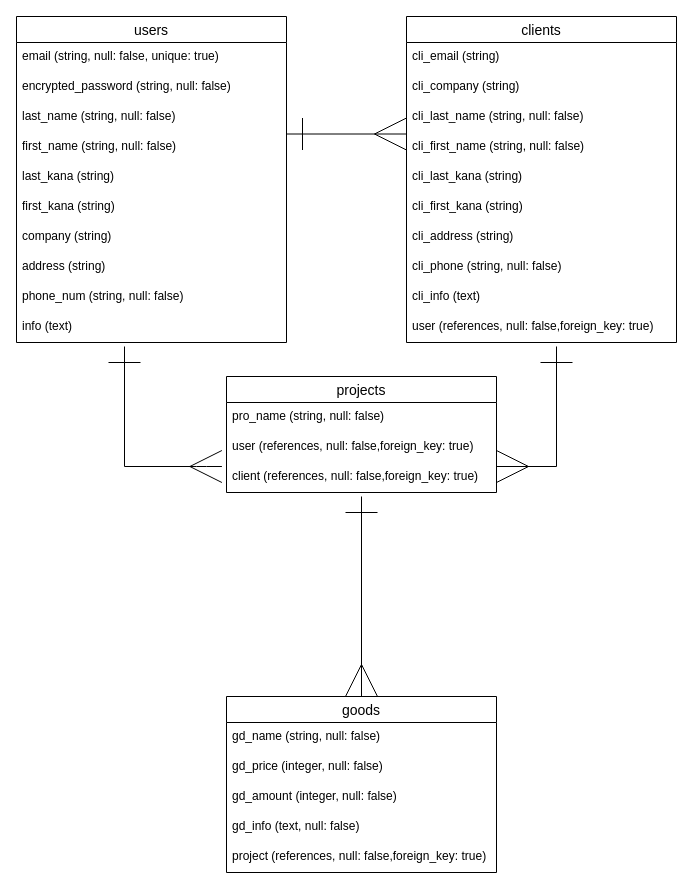
The draw.io diagram ER.dio in Harada-Yudai/mitsumorimasu, before the edit. Source tidied: cells renumbered, new cells numbered last; positions are measured from the earlier drawing's top-left corner, leaving out a move shared by most shapes. Both pictures are drawn from the tidied source at 100%, with x=0, y=0 at pixel (16, 16).
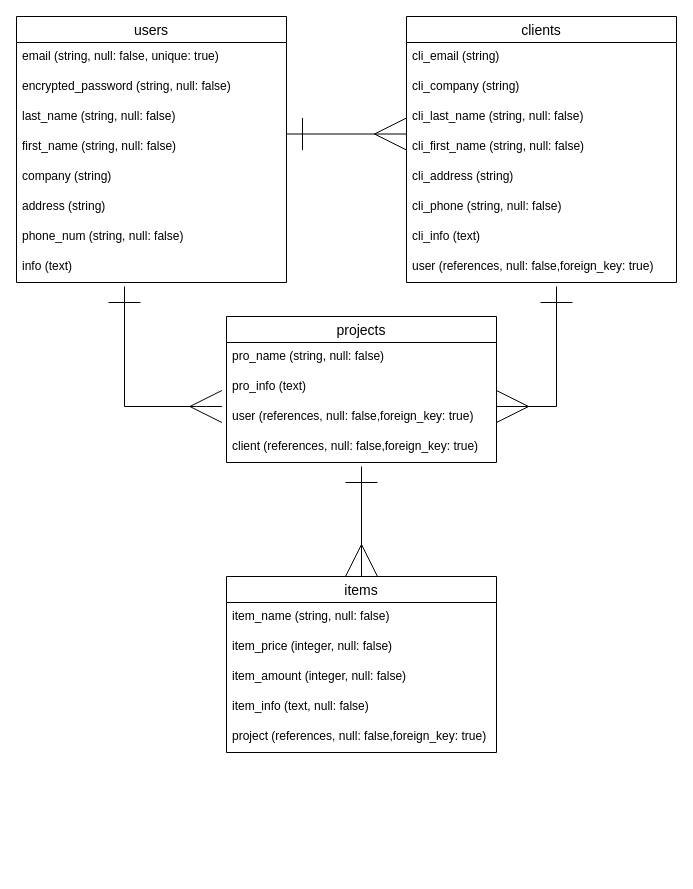
After the change.

The edit, as a diff of the source:
```diff
@@
     <mxCell id="2" value="users" style="swimlane;fontStyle=0;horizontal=1;startSize=26;align=center;fontSize=14;" parent="1" vertex="1">
-      <mxGeometry width="270" height="326" as="geometry" />
+      <mxGeometry width="270" height="266" as="geometry" />
     </mxCell>
@@
-    <mxCell id="7" value="last_kana (string)&#10;" style="text;strokeColor=none;fillColor=none;spacingLeft=4;spacingRight=4;overflow=hidden;fontSize=12;" parent="2" vertex="1">
-      <mxGeometry y="146" width="270" height="30" as="geometry" />
-    </mxCell>
-    <mxCell id="8" value="first_kana (string)" style="text;strokeColor=none;fillColor=none;spacingLeft=4;spacingRight=4;overflow=hidden;fontSize=12;" parent="2" vertex="1">
-      <mxGeometry y="176" width="270" height="30" as="geometry" />
-    </mxCell>
     <mxCell id="9" value="company (string)" style="text;strokeColor=none;fillColor=none;spacingLeft=4;spacingRight=4;overflow=hidden;fontSize=12;" parent="2" vertex="1">
-      <mxGeometry y="206" width="270" height="30" as="geometry" />
+      <mxGeometry y="146" width="270" height="30" as="geometry" />
     </mxCell>
     <mxCell id="10" value="address (string)" style="text;strokeColor=none;fillColor=none;spacingLeft=4;spacingRight=4;overflow=hidden;fontSize=12;" parent="2" vertex="1">
-      <mxGeometry y="236" width="270" height="30" as="geometry" />
+      <mxGeometry y="176" width="270" height="30" as="geometry" />
     </mxCell>
     <mxCell id="11" value="phone_num (string, null: false)" style="text;strokeColor=none;fillColor=none;spacingLeft=4;spacingRight=4;overflow=hidden;fontSize=12;" parent="2" vertex="1">
-      <mxGeometry y="266" width="270" height="30" as="geometry" />
+      <mxGeometry y="206" width="270" height="30" as="geometry" />
     </mxCell>
     <mxCell id="12" value="info (text)" style="text;strokeColor=none;fillColor=none;spacingLeft=4;spacingRight=4;overflow=hidden;fontSize=12;" parent="2" vertex="1">
-      <mxGeometry y="296" width="270" height="30" as="geometry" />
+      <mxGeometry y="236" width="270" height="30" as="geometry" />
     </mxCell>
     <mxCell id="13" value="clients" style="swimlane;fontStyle=0;horizontal=1;startSize=26;align=center;fontSize=14;" parent="1" vertex="1">
-      <mxGeometry x="390" width="270" height="326" as="geometry" />
+      <mxGeometry x="390" width="270" height="266" as="geometry" />
     </mxCell>
@@
-    <mxCell id="18" value="cli_last_kana (string)" style="text;strokeColor=none;fillColor=none;spacingLeft=4;spacingRight=4;overflow=hidden;fontSize=12;" parent="13" vertex="1">
-      <mxGeometry y="146" width="270" height="30" as="geometry" />
-    </mxCell>
-    <mxCell id="19" value="cli_first_kana (string)" style="text;strokeColor=none;fillColor=none;spacingLeft=4;spacingRight=4;overflow=hidden;fontSize=12;" parent="13" vertex="1">
-      <mxGeometry y="176" width="270" height="30" as="geometry" />
-    </mxCell>
     <mxCell id="20" value="cli_address (string)" style="text;strokeColor=none;fillColor=none;spacingLeft=4;spacingRight=4;overflow=hidden;fontSize=12;" parent="13" vertex="1">
-      <mxGeometry y="206" width="270" height="30" as="geometry" />
+      <mxGeometry y="146" width="270" height="30" as="geometry" />
     </mxCell>
     <mxCell id="21" value="cli_phone (string, null: false)" style="text;strokeColor=none;fillColor=none;spacingLeft=4;spacingRight=4;overflow=hidden;fontSize=12;" parent="13" vertex="1">
-      <mxGeometry y="236" width="270" height="30" as="geometry" />
+      <mxGeometry y="176" width="270" height="30" as="geometry" />
     </mxCell>
     <mxCell id="22" value="cli_info (text)" style="text;strokeColor=none;fillColor=none;spacingLeft=4;spacingRight=4;overflow=hidden;fontSize=12;" parent="13" vertex="1">
-      <mxGeometry y="266" width="270" height="30" as="geometry" />
+      <mxGeometry y="206" width="270" height="30" as="geometry" />
     </mxCell>
     <mxCell id="23" value="user (references, null: false,foreign_key: true)" style="text;strokeColor=none;fillColor=none;spacingLeft=4;spacingRight=4;overflow=hidden;fontSize=12;" parent="13" vertex="1">
-      <mxGeometry y="296" width="270" height="30" as="geometry" />
+      <mxGeometry y="236" width="270" height="30" as="geometry" />
     </mxCell>
@@
     <mxCell id="25" value="projects" style="swimlane;fontStyle=0;horizontal=1;startSize=26;align=center;fontSize=14;" parent="1" vertex="1">
-      <mxGeometry x="210" y="360" width="270" height="116" as="geometry" />
+      <mxGeometry x="210" y="300" width="270" height="146" as="geometry" />
     </mxCell>
@@
+    <mxCell id="28" value="pro_info (text)" style="text;strokeColor=none;fillColor=none;spacingLeft=4;spacingRight=4;overflow=hidden;fontSize=12;" parent="25" vertex="1">
+      <mxGeometry y="56" width="270" height="30" as="geometry" />
+    </mxCell>
     <mxCell id="27" value="user (references, null: false,foreign_key: true)" style="text;strokeColor=none;fillColor=none;spacingLeft=4;spacingRight=4;overflow=hidden;fontSize=12;" parent="25" vertex="1">
-      <mxGeometry y="56" width="270" height="30" as="geometry" />
+      <mxGeometry y="86" width="270" height="30" as="geometry" />
     </mxCell>
-    <mxCell id="28" value="client (references, null: false,foreign_key: true)" style="text;strokeColor=none;fillColor=none;spacingLeft=4;spacingRight=4;overflow=hidden;fontSize=12;" parent="25" vertex="1">
-      <mxGeometry y="86" width="270" height="30" as="geometry" />
-    </mxCell>
+    <mxCell id="19" value="client (references, null: false,foreign_key: true)" style="text;strokeColor=none;fillColor=none;spacingLeft=4;spacingRight=4;overflow=hidden;fontSize=12;" parent="25" vertex="1">
+      <mxGeometry y="116" width="270" height="30" as="geometry" />
+    </mxCell>
     <mxCell id="29" style="endArrow=ERmany;html=1;rounded=0;endFill=0;startSize=30;startArrow=ERone;startFill=0;endSize=30;" parent="1" edge="1">
       <mxGeometry relative="1" as="geometry">
-        <mxPoint x="540" y="330" as="sourcePoint" />
-        <mxPoint x="480" y="450" as="targetPoint" />
+        <mxPoint x="540" y="270" as="sourcePoint" />
+        <mxPoint x="480" y="390" as="targetPoint" />
         <Array as="points">
-          <mxPoint x="540" y="450" />
+          <mxPoint x="540" y="390" />
         </Array>
       </mxGeometry>
     </mxCell>
     <mxCell id="30" style="endArrow=ERmany;html=1;rounded=0;endFill=0;startSize=30;startArrow=ERone;startFill=0;endSize=30;entryX=-0.017;entryY=0.933;entryDx=0;entryDy=0;entryPerimeter=0;" parent="1" edge="1">
       <mxGeometry relative="1" as="geometry">
-        <mxPoint x="108" y="330" as="sourcePoint" />
-        <mxPoint x="205.4" y="450" as="targetPoint" />
+        <mxPoint x="108" y="270" as="sourcePoint" />
+        <mxPoint x="205.4" y="390" as="targetPoint" />
         <Array as="points">
-          <mxPoint x="108" y="450" />
-          <mxPoint x="180" y="450" />
-          <mxPoint x="190" y="450" />
+          <mxPoint x="108" y="390" />
+          <mxPoint x="180" y="390" />
+          <mxPoint x="190" y="390" />
         </Array>
       </mxGeometry>
     </mxCell>
-    <mxCell id="31" value="goods" style="swimlane;fontStyle=0;horizontal=1;startSize=26;align=center;fontSize=14;" parent="1" vertex="1">
-      <mxGeometry x="210" y="680" width="270" height="176" as="geometry" />
+    <mxCell id="31" value="items" style="swimlane;fontStyle=0;horizontal=1;startSize=26;align=center;fontSize=14;" parent="1" vertex="1">
+      <mxGeometry x="210" y="560" width="270" height="176" as="geometry" />
     </mxCell>
-    <mxCell id="32" value="gd_name (string, null: false)" style="text;strokeColor=none;fillColor=none;spacingLeft=4;spacingRight=4;overflow=hidden;fontSize=12;" parent="31" vertex="1">
+    <mxCell id="32" value="item_name (string, null: false)" style="text;strokeColor=none;fillColor=none;spacingLeft=4;spacingRight=4;overflow=hidden;fontSize=12;" parent="31" vertex="1">
       <mxGeometry y="26" width="270" height="30" as="geometry" />
     </mxCell>
-    <mxCell id="33" value="gd_price (integer, null: false)" style="text;strokeColor=none;fillColor=none;spacingLeft=4;spacingRight=4;overflow=hidden;fontSize=12;" parent="31" vertex="1">
+    <mxCell id="33" value="item_price (integer, null: false)" style="text;strokeColor=none;fillColor=none;spacingLeft=4;spacingRight=4;overflow=hidden;fontSize=12;" parent="31" vertex="1">
       <mxGeometry y="56" width="270" height="30" as="geometry" />
     </mxCell>
-    <mxCell id="34" value="gd_amount (integer, null: false)" style="text;strokeColor=none;fillColor=none;spacingLeft=4;spacingRight=4;overflow=hidden;fontSize=12;" parent="31" vertex="1">
+    <mxCell id="34" value="item_amount (integer, null: false)" style="text;strokeColor=none;fillColor=none;spacingLeft=4;spacingRight=4;overflow=hidden;fontSize=12;" parent="31" vertex="1">
       <mxGeometry y="86" width="270" height="30" as="geometry" />
     </mxCell>
-    <mxCell id="35" value="gd_info (text, null: false)" style="text;strokeColor=none;fillColor=none;spacingLeft=4;spacingRight=4;overflow=hidden;fontSize=12;" parent="31" vertex="1">
+    <mxCell id="35" value="item_info (text, null: false)" style="text;strokeColor=none;fillColor=none;spacingLeft=4;spacingRight=4;overflow=hidden;fontSize=12;" parent="31" vertex="1">
       <mxGeometry y="116" width="270" height="30" as="geometry" />
     </mxCell>
@@
     <mxCell id="37" style="endArrow=ERmany;html=1;rounded=0;endFill=0;startSize=30;startArrow=ERone;startFill=0;endSize=30;entryX=0.5;entryY=0;entryDx=0;entryDy=0;" parent="1" edge="1" target="31">
       <mxGeometry relative="1" as="geometry">
-        <mxPoint x="345" y="480" as="sourcePoint" />
+        <mxPoint x="345" y="450" as="sourcePoint" />
+        <Array as="points">
+          <mxPoint x="345" y="560" />
+        </Array>
       </mxGeometry>
     </mxCell>
```
